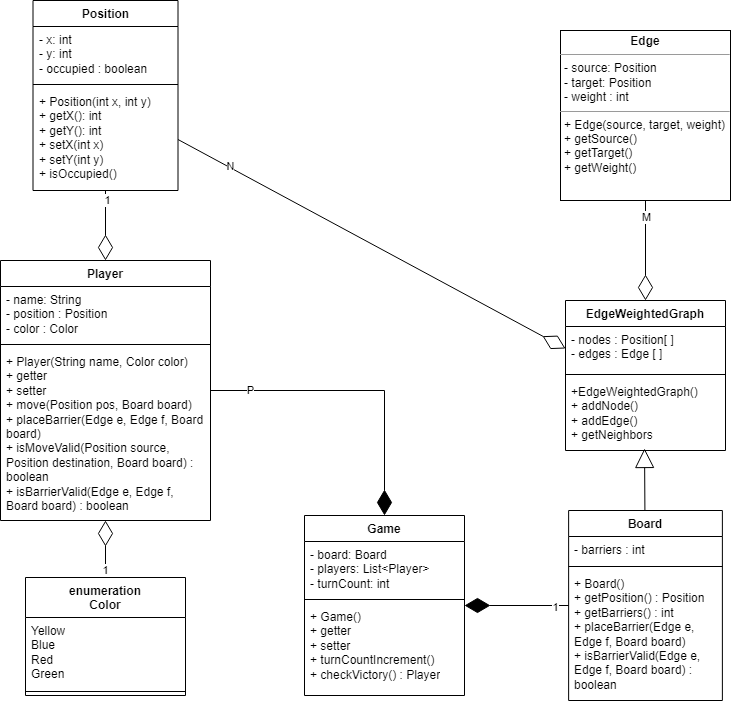
The draw.io diagram Diagrams/ClassDiagram/ClassDiagram.drawio.png in guillermfr/CYPath, before a commit. Source tidied: cells renumbered, new cells last; positions are measured from the earlier drawing's top-left corner, leaving out a move shared by most shapes. Source of this version:
```xml
<mxGraphModel>
  <root>
    <mxCell id="0" />
    <mxCell id="1" parent="0" />
    <mxCell id="2" value="EdgeWeightedGraph" style="swimlane;fontStyle=1;align=center;verticalAlign=top;horizontal=1;startSize=26;whiteSpace=wrap;html=1;" parent="1" vertex="1">
      <mxGeometry x="565" y="300" width="160" height="150" as="geometry" />
    </mxCell>
    <mxCell id="3" value="&lt;div&gt;- nodes : Position[ ]&lt;/div&gt;&lt;div&gt;- edges : Edge [ ]&lt;br&gt;&lt;/div&gt;" style="text;strokeColor=none;fillColor=none;align=left;verticalAlign=top;spacingLeft=4;spacingRight=4;overflow=hidden;points=[[0,0.5],[1,0.5]];portConstraint=eastwest;whiteSpace=wrap;html=1;" parent="2" vertex="1">
      <mxGeometry y="26" width="160" height="44" as="geometry" />
    </mxCell>
    <mxCell id="4" style="line;strokeWidth=1;fillColor=none;align=left;verticalAlign=middle;spacingTop=-1;spacingLeft=3;spacingRight=3;labelPosition=right;strokeColor=inherit;" parent="2" vertex="1">
      <mxGeometry y="70" width="160" height="8" as="geometry" />
    </mxCell>
    <mxCell id="5" value="&lt;div&gt;+EdgeWeightedGraph()&lt;/div&gt;&lt;div&gt;+ addNode()&lt;/div&gt;&lt;div&gt;+ addEdge()&lt;/div&gt;&lt;div&gt;+ getNeighbors&lt;br&gt;&lt;/div&gt;" style="text;strokeColor=none;fillColor=none;align=left;verticalAlign=top;spacingLeft=4;spacingRight=4;overflow=hidden;points=[[0,0.5],[1,0.5]];portConstraint=eastwest;whiteSpace=wrap;html=1;" parent="2" vertex="1">
      <mxGeometry y="78" width="160" height="72" as="geometry" />
    </mxCell>
    <mxCell id="6" value="Player" style="swimlane;fontStyle=1;align=center;verticalAlign=top;horizontal=1;startSize=26;whiteSpace=wrap;html=1;" parent="1" vertex="1">
      <mxGeometry y="260" width="210" height="260" as="geometry" />
    </mxCell>
    <mxCell id="7" value="&lt;div&gt;- name: String&lt;/div&gt;&lt;div&gt;- position : Position&lt;br&gt;- color : Color&lt;br&gt;&lt;/div&gt;&lt;div&gt;&lt;br&gt;&lt;/div&gt;" style="text;strokeColor=none;fillColor=none;align=left;verticalAlign=top;spacingLeft=4;spacingRight=4;overflow=hidden;whiteSpace=wrap;html=1;" parent="6" vertex="1">
      <mxGeometry y="26" width="210" height="54" as="geometry" />
    </mxCell>
    <mxCell id="8" style="line;strokeWidth=1;fillColor=none;align=left;verticalAlign=middle;spacingTop=-1;spacingLeft=3;spacingRight=3;labelPosition=right;strokeColor=inherit;" parent="6" vertex="1">
      <mxGeometry y="80" width="210" height="8" as="geometry" />
    </mxCell>
    <mxCell id="9" value="+ Player(String name, Color color)&lt;br&gt;+ getter&lt;br&gt;+ setter&lt;br&gt;+ move(Position pos, Board board)&lt;br&gt;+ placeBarrier(Edge e, Edge f, Board board)&lt;br&gt;+ isMoveValid(Position source, Position destination, Board board) : boolean&lt;br&gt;+ isBarrierValid(Edge e, Edge f, Board board) : boolean" style="text;strokeColor=none;fillColor=none;align=left;verticalAlign=top;spacingLeft=4;spacingRight=4;overflow=hidden;whiteSpace=wrap;html=1;" parent="6" vertex="1">
      <mxGeometry y="88" width="210" height="172" as="geometry" />
    </mxCell>
    <mxCell id="10" value="Game" style="swimlane;fontStyle=1;align=center;verticalAlign=top;horizontal=1;startSize=26;whiteSpace=wrap;html=1;" parent="1" vertex="1">
      <mxGeometry x="304" y="515" width="160" height="180" as="geometry" />
    </mxCell>
    <mxCell id="11" value="- board: Board&lt;br&gt;- players: List&amp;lt;Player&amp;gt;&lt;br&gt;- turnCount: int" style="text;strokeColor=none;fillColor=none;align=left;verticalAlign=top;spacingLeft=4;spacingRight=4;overflow=hidden;whiteSpace=wrap;html=1;" parent="10" vertex="1">
      <mxGeometry y="26" width="160" height="54" as="geometry" />
    </mxCell>
    <mxCell id="12" style="line;strokeWidth=1;fillColor=none;align=left;verticalAlign=middle;spacingTop=-1;spacingLeft=3;spacingRight=3;labelPosition=right;strokeColor=inherit;" parent="10" vertex="1">
      <mxGeometry y="80" width="160" height="8" as="geometry" />
    </mxCell>
    <mxCell id="13" value="+ Game()&lt;br&gt;+ getter&lt;br&gt;+ setter&lt;br&gt;+ turnCountIncrement()&lt;br&gt;+ checkVictory() : Player" style="text;strokeColor=none;fillColor=none;align=left;verticalAlign=top;spacingLeft=4;spacingRight=4;overflow=hidden;whiteSpace=wrap;html=1;" parent="10" vertex="1">
      <mxGeometry y="88" width="160" height="92" as="geometry" />
    </mxCell>
    <mxCell id="14" value="enumeration&lt;br&gt;Color" style="swimlane;fontStyle=1;align=center;verticalAlign=top;horizontal=1;startSize=40;whiteSpace=wrap;html=1;" parent="1" vertex="1">
      <mxGeometry x="25" y="577" width="160" height="118" as="geometry" />
    </mxCell>
    <mxCell id="15" value="Yellow&lt;br&gt;Blue&lt;br&gt;Red&lt;br&gt;Green" style="text;strokeColor=none;fillColor=none;align=left;verticalAlign=top;spacingLeft=4;spacingRight=4;overflow=hidden;whiteSpace=wrap;html=1;" parent="14" vertex="1">
      <mxGeometry y="40" width="160" height="70" as="geometry" />
    </mxCell>
    <mxCell id="16" style="line;strokeWidth=1;fillColor=none;align=left;verticalAlign=middle;spacingTop=-1;spacingLeft=3;spacingRight=3;labelPosition=right;strokeColor=inherit;" parent="14" vertex="1">
      <mxGeometry y="110" width="160" height="8" as="geometry" />
    </mxCell>
    <mxCell id="17" value="Position" style="swimlane;fontStyle=1;align=center;verticalAlign=top;horizontal=1;startSize=26;whiteSpace=wrap;html=1;" parent="1" vertex="1">
      <mxGeometry x="32.5" width="145" height="190" as="geometry" />
    </mxCell>
    <mxCell id="18" value="- x: int&lt;br&gt;&lt;div&gt;- y: int&lt;/div&gt;&lt;div&gt;- occupied : boolean&lt;br&gt;&lt;/div&gt;" style="text;strokeColor=none;fillColor=none;align=left;verticalAlign=top;spacingLeft=4;spacingRight=4;overflow=hidden;whiteSpace=wrap;html=1;" parent="17" vertex="1">
      <mxGeometry y="26" width="145" height="54" as="geometry" />
    </mxCell>
    <mxCell id="19" style="line;strokeWidth=1;fillColor=none;align=left;verticalAlign=middle;spacingTop=-1;spacingLeft=3;spacingRight=3;labelPosition=right;strokeColor=inherit;" parent="17" vertex="1">
      <mxGeometry y="80" width="145" height="8" as="geometry" />
    </mxCell>
    <mxCell id="20" value="+ Position(int x, int y)&lt;br&gt;+ getX(): int&lt;br&gt;+ getY(): int&lt;br&gt;+ setX(int x)&lt;br&gt;&lt;div&gt;+ setY(int y)&lt;/div&gt;&lt;div&gt;+ isOccupied()&lt;br&gt;&lt;/div&gt;" style="text;strokeColor=none;fillColor=none;align=left;verticalAlign=top;spacingLeft=4;spacingRight=4;overflow=hidden;points=[[0,0.5],[1,0.5]];portConstraint=eastwest;whiteSpace=wrap;html=1;" parent="17" vertex="1">
      <mxGeometry y="88" width="145" height="102" as="geometry" />
    </mxCell>
    <mxCell id="21" style="endArrow=diamondThin;html=1;rounded=0;endFill=0;strokeWidth=1;endSize=23;" parent="1" edge="1" source="14" target="6">
      <mxGeometry relative="1" as="geometry" />
    </mxCell>
    <mxCell id="22" value="1" style="edgeLabel;html=1;align=center;verticalAlign=middle;" parent="21" vertex="1">
      <mxGeometry x="-0.74" y="1" relative="1" as="geometry" />
    </mxCell>
    <mxCell id="23" style="endArrow=block;html=1;rounded=0;entryX=0.494;entryY=0.972;entryDx=0;entryDy=0;entryPerimeter=0;endFill=0;strokeWidth=1;endSize=17;" parent="1" edge="1" source="31" target="5">
      <mxGeometry relative="1" as="geometry" />
    </mxCell>
    <mxCell id="24" value="&lt;p style=&quot;margin:0px;margin-top:4px;text-align:center;&quot;&gt;&lt;b&gt;Edge&lt;br&gt;&lt;/b&gt;&lt;/p&gt;&lt;hr size=&quot;1&quot;&gt;&lt;p style=&quot;margin:0px;margin-left:4px;&quot;&gt;- source: Position&lt;/p&gt;&lt;p style=&quot;margin:0px;margin-left:4px;&quot;&gt;- target: Position&lt;/p&gt;&lt;p style=&quot;margin:0px;margin-left:4px;&quot;&gt;- weight : int&lt;br&gt;&lt;/p&gt;&lt;hr size=&quot;1&quot;&gt;&lt;p style=&quot;margin:0px;margin-left:4px;&quot;&gt;+ Edge(source, target, weight)&lt;/p&gt;&lt;p style=&quot;margin:0px;margin-left:4px;&quot;&gt;+ getSource()&lt;/p&gt;&lt;p style=&quot;margin:0px;margin-left:4px;&quot;&gt;+ getTarget()&lt;/p&gt;&lt;p style=&quot;margin:0px;margin-left:4px;&quot;&gt;+ getWeight()&lt;br&gt;&lt;/p&gt;" style="verticalAlign=top;align=left;overflow=fill;fontSize=12;fontFamily=Helvetica;html=1;whiteSpace=wrap;" parent="1" vertex="1">
      <mxGeometry x="560" y="30" width="170" height="170" as="geometry" />
    </mxCell>
    <mxCell id="25" style="endArrow=diamondThin;html=1;rounded=0;endFill=0;strokeWidth=1;endSize=23;" parent="1" edge="1" source="17" target="6">
      <mxGeometry relative="1" as="geometry" />
    </mxCell>
    <mxCell id="26" value="1" style="edgeLabel;html=1;align=center;verticalAlign=middle;" parent="25" vertex="1">
      <mxGeometry x="-0.74" y="1" relative="1" as="geometry" />
    </mxCell>
    <mxCell id="27" style="endArrow=diamondThin;html=1;rounded=0;endFill=0;strokeWidth=1;endSize=23;exitX=0.5;exitY=1;exitDx=0;exitDy=0;entryX=0.5;entryY=0;entryDx=0;entryDy=0;" parent="1" edge="1" source="24" target="2">
      <mxGeometry relative="1" as="geometry" />
    </mxCell>
    <mxCell id="28" value="M" style="edgeLabel;html=1;align=center;verticalAlign=middle;" parent="27" vertex="1">
      <mxGeometry x="-0.74" y="1" relative="1" as="geometry">
        <mxPoint x="-1" y="3" as="offset" />
      </mxGeometry>
    </mxCell>
    <mxCell id="29" style="endArrow=diamondThin;html=1;rounded=0;endFill=0;strokeWidth=1;endSize=23;exitX=1;exitY=0.5;exitDx=0;exitDy=0;entryX=0;entryY=0.5;entryDx=0;entryDy=0;" parent="1" edge="1" source="20" target="3">
      <mxGeometry relative="1" as="geometry" />
    </mxCell>
    <mxCell id="30" value="N" style="edgeLabel;html=1;align=center;verticalAlign=middle;" parent="29" vertex="1">
      <mxGeometry x="-0.74" y="1" relative="1" as="geometry" />
    </mxCell>
    <mxCell id="31" value="Board" style="swimlane;fontStyle=1;align=center;verticalAlign=top;horizontal=1;startSize=26;whiteSpace=wrap;html=1;" parent="1" vertex="1">
      <mxGeometry x="568.1" y="510" width="153.8" height="190" as="geometry" />
    </mxCell>
    <mxCell id="32" value="- barriers : int" style="text;strokeColor=none;fillColor=none;align=left;verticalAlign=top;spacingLeft=4;spacingRight=4;overflow=hidden;whiteSpace=wrap;html=1;" parent="31" vertex="1">
      <mxGeometry y="26" width="153.8" height="26" as="geometry" />
    </mxCell>
    <mxCell id="33" style="line;strokeWidth=1;fillColor=none;align=left;verticalAlign=middle;spacingTop=-1;spacingLeft=3;spacingRight=3;labelPosition=right;strokeColor=inherit;" parent="31" vertex="1">
      <mxGeometry y="52" width="153.8" height="8" as="geometry" />
    </mxCell>
    <mxCell id="34" value="&lt;div style=&quot;border-color: var(--border-color);&quot;&gt;+ Board()&lt;/div&gt;&lt;div style=&quot;border-color: var(--border-color);&quot;&gt;+ getPosition() : Position&lt;/div&gt;&lt;div style=&quot;border-color: var(--border-color);&quot;&gt;+ getBarriers() : int&lt;/div&gt;&lt;div style=&quot;border-color: var(--border-color);&quot;&gt;+ placeBarrier(Edge e, Edge f, Board board)&lt;br&gt;&lt;/div&gt;&lt;div style=&quot;border-color: var(--border-color);&quot;&gt;+ isBarrierValid(Edge e, Edge f, Board board) : boolean&lt;/div&gt;" style="text;strokeColor=none;fillColor=none;align=left;verticalAlign=top;spacingLeft=4;spacingRight=4;overflow=hidden;whiteSpace=wrap;html=1;" parent="31" vertex="1">
      <mxGeometry y="60" width="153.8" height="130" as="geometry" />
    </mxCell>
    <mxCell id="35" style="endArrow=diamondThin;html=1;rounded=0;endFill=1;strokeWidth=1;endSize=23;" parent="1" edge="1" source="31" target="10">
      <mxGeometry relative="1" as="geometry" />
    </mxCell>
    <mxCell id="36" value="1" style="edgeLabel;html=1;align=center;verticalAlign=middle;" parent="35" vertex="1">
      <mxGeometry x="-0.74" y="1" relative="1" as="geometry" />
    </mxCell>
    <mxCell id="37" style="endArrow=diamondThin;html=1;rounded=0;endFill=1;strokeWidth=1;endSize=23;entryX=0.5;entryY=0;entryDx=0;entryDy=0;" parent="1" edge="1" source="6" target="10">
      <mxGeometry relative="1" as="geometry">
        <Array as="points">
          <mxPoint x="384" y="390" />
        </Array>
      </mxGeometry>
    </mxCell>
    <mxCell id="38" value="P" style="edgeLabel;html=1;align=center;verticalAlign=middle;" parent="37" vertex="1">
      <mxGeometry x="-0.74" y="1" relative="1" as="geometry" />
    </mxCell>
  </root>
</mxGraphModel>
```
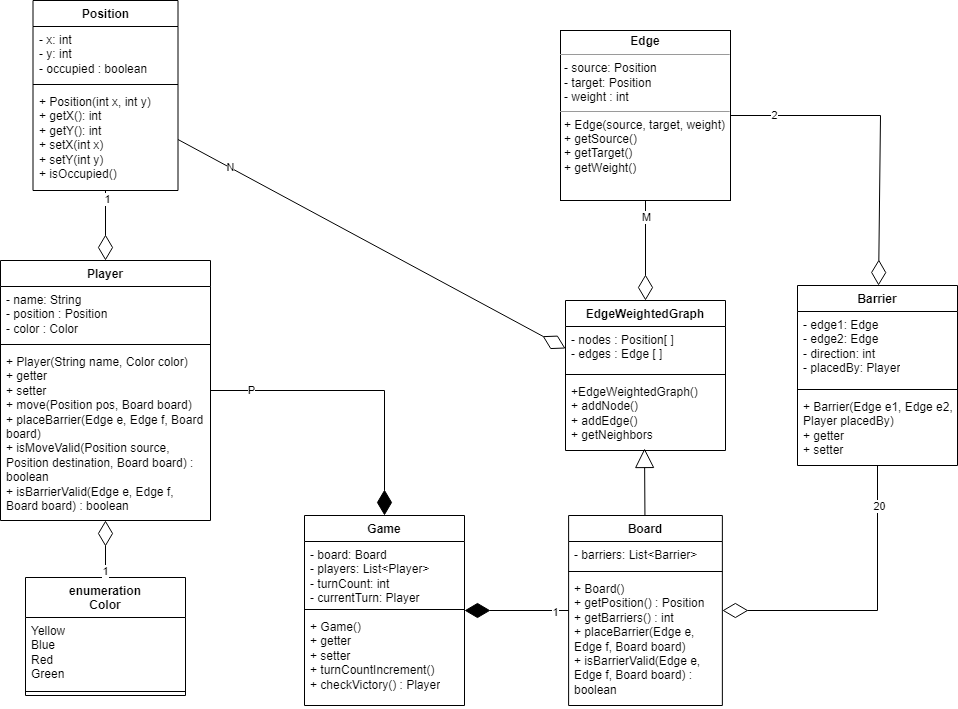
After the change.

Commit message:
Added Barrier class

What changed in the source:
```diff
@@ -27,16 +27,16 @@
       <mxGeometry y="88" width="210" height="172" as="geometry" />
     </mxCell>
     <mxCell id="10" value="Game" style="swimlane;fontStyle=1;align=center;verticalAlign=top;horizontal=1;startSize=26;whiteSpace=wrap;html=1;" parent="1" vertex="1">
-      <mxGeometry x="304" y="515" width="160" height="180" as="geometry" />
+      <mxGeometry x="304" y="515" width="160" height="190" as="geometry" />
     </mxCell>
-    <mxCell id="11" value="- board: Board&lt;br&gt;- players: List&amp;lt;Player&amp;gt;&lt;br&gt;- turnCount: int" style="text;strokeColor=none;fillColor=none;align=left;verticalAlign=top;spacingLeft=4;spacingRight=4;overflow=hidden;whiteSpace=wrap;html=1;" parent="10" vertex="1">
-      <mxGeometry y="26" width="160" height="54" as="geometry" />
+    <mxCell id="11" value="- board: Board&lt;br&gt;- players: List&amp;lt;Player&amp;gt;&lt;br&gt;- turnCount: int&lt;br&gt;- currentTurn: Player" style="text;strokeColor=none;fillColor=none;align=left;verticalAlign=top;spacingLeft=4;spacingRight=4;overflow=hidden;whiteSpace=wrap;html=1;" parent="10" vertex="1">
+      <mxGeometry y="26" width="160" height="64" as="geometry" />
     </mxCell>
     <mxCell id="12" style="line;strokeWidth=1;fillColor=none;align=left;verticalAlign=middle;spacingTop=-1;spacingLeft=3;spacingRight=3;labelPosition=right;strokeColor=inherit;" parent="10" vertex="1">
-      <mxGeometry y="80" width="160" height="8" as="geometry" />
+      <mxGeometry y="90" width="160" height="8" as="geometry" />
     </mxCell>
     <mxCell id="13" value="+ Game()&lt;br&gt;+ getter&lt;br&gt;+ setter&lt;br&gt;+ turnCountIncrement()&lt;br&gt;+ checkVictory() : Player" style="text;strokeColor=none;fillColor=none;align=left;verticalAlign=top;spacingLeft=4;spacingRight=4;overflow=hidden;whiteSpace=wrap;html=1;" parent="10" vertex="1">
-      <mxGeometry y="88" width="160" height="92" as="geometry" />
+      <mxGeometry y="98" width="160" height="92" as="geometry" />
     </mxCell>
     <mxCell id="14" value="enumeration&lt;br&gt;Color" style="swimlane;fontStyle=1;align=center;verticalAlign=top;horizontal=1;startSize=40;whiteSpace=wrap;html=1;" parent="1" vertex="1">
       <mxGeometry x="25" y="577" width="160" height="118" as="geometry" />
@@ -92,9 +92,9 @@
       <mxGeometry x="-0.74" y="1" relative="1" as="geometry" />
     </mxCell>
     <mxCell id="31" value="Board" style="swimlane;fontStyle=1;align=center;verticalAlign=top;horizontal=1;startSize=26;whiteSpace=wrap;html=1;" parent="1" vertex="1">
-      <mxGeometry x="568.1" y="510" width="153.8" height="190" as="geometry" />
+      <mxGeometry x="568.1" y="515" width="153.8" height="190" as="geometry" />
     </mxCell>
-    <mxCell id="32" value="- barriers : int" style="text;strokeColor=none;fillColor=none;align=left;verticalAlign=top;spacingLeft=4;spacingRight=4;overflow=hidden;whiteSpace=wrap;html=1;" parent="31" vertex="1">
+    <mxCell id="32" value="- barriers: List&amp;lt;Barrier&amp;gt;" style="text;strokeColor=none;fillColor=none;align=left;verticalAlign=top;spacingLeft=4;spacingRight=4;overflow=hidden;whiteSpace=wrap;html=1;" parent="31" vertex="1">
       <mxGeometry y="26" width="153.8" height="26" as="geometry" />
     </mxCell>
     <mxCell id="33" style="line;strokeWidth=1;fillColor=none;align=left;verticalAlign=middle;spacingTop=-1;spacingLeft=3;spacingRight=3;labelPosition=right;strokeColor=inherit;" parent="31" vertex="1">
@@ -119,5 +119,37 @@
     <mxCell id="38" value="P" style="edgeLabel;html=1;align=center;verticalAlign=middle;" parent="37" vertex="1">
       <mxGeometry x="-0.74" y="1" relative="1" as="geometry" />
     </mxCell>
+    <mxCell id="39" value="Barrier" style="swimlane;fontStyle=1;align=center;verticalAlign=top;horizontal=1;startSize=26;whiteSpace=wrap;html=1;" parent="1" vertex="1">
+      <mxGeometry x="797" y="285" width="160" height="180" as="geometry" />
+    </mxCell>
+    <mxCell id="40" value="&lt;div&gt;&lt;span style=&quot;background-color: initial;&quot;&gt;- edge1: Edge&lt;/span&gt;&lt;br&gt;&lt;/div&gt;&lt;div&gt;&lt;span style=&quot;background-color: initial;&quot;&gt;- edge2: Edge&lt;/span&gt;&lt;/div&gt;&lt;div&gt;&lt;span style=&quot;background-color: initial;&quot;&gt;- direction: int&lt;/span&gt;&lt;/div&gt;&lt;div&gt;&lt;span style=&quot;background-color: initial;&quot;&gt;- placedBy: Player&lt;/span&gt;&lt;/div&gt;" style="text;strokeColor=none;fillColor=none;align=left;verticalAlign=top;spacingLeft=4;spacingRight=4;overflow=hidden;whiteSpace=wrap;html=1;" parent="39" vertex="1">
+      <mxGeometry y="26" width="160" height="74" as="geometry" />
+    </mxCell>
+    <mxCell id="41" style="line;strokeWidth=1;fillColor=none;align=left;verticalAlign=middle;spacingTop=-1;spacingLeft=3;spacingRight=3;labelPosition=right;strokeColor=inherit;" parent="39" vertex="1">
+      <mxGeometry y="100" width="160" height="8" as="geometry" />
+    </mxCell>
+    <mxCell id="42" value="+ Barrier(Edge e1, Edge e2, Player placedBy)&lt;br&gt;+ getter&lt;br&gt;+ setter" style="text;strokeColor=none;fillColor=none;align=left;verticalAlign=top;spacingLeft=4;spacingRight=4;overflow=hidden;whiteSpace=wrap;html=1;" parent="39" vertex="1">
+      <mxGeometry y="108" width="160" height="72" as="geometry" />
+    </mxCell>
+    <mxCell id="43" style="endArrow=diamondThin;html=1;rounded=0;endFill=0;strokeWidth=1;endSize=23;" parent="1" edge="1" source="39" target="31">
+      <mxGeometry relative="1" as="geometry">
+        <Array as="points">
+          <mxPoint x="877" y="610" />
+        </Array>
+      </mxGeometry>
+    </mxCell>
+    <mxCell id="44" value="20" style="edgeLabel;html=1;align=center;verticalAlign=middle;" parent="43" vertex="1">
+      <mxGeometry x="-0.74" y="1" relative="1" as="geometry" />
+    </mxCell>
+    <mxCell id="45" style="endArrow=diamondThin;html=1;rounded=0;endFill=0;strokeWidth=1;endSize=23;" parent="1" edge="1" source="24" target="39">
+      <mxGeometry relative="1" as="geometry">
+        <Array as="points">
+          <mxPoint x="880" y="115" />
+        </Array>
+      </mxGeometry>
+    </mxCell>
+    <mxCell id="46" value="2" style="edgeLabel;html=1;align=center;verticalAlign=middle;" parent="45" vertex="1">
+      <mxGeometry x="-0.74" y="1" relative="1" as="geometry" />
+    </mxCell>
   </root>
 </mxGraphModel>
```
